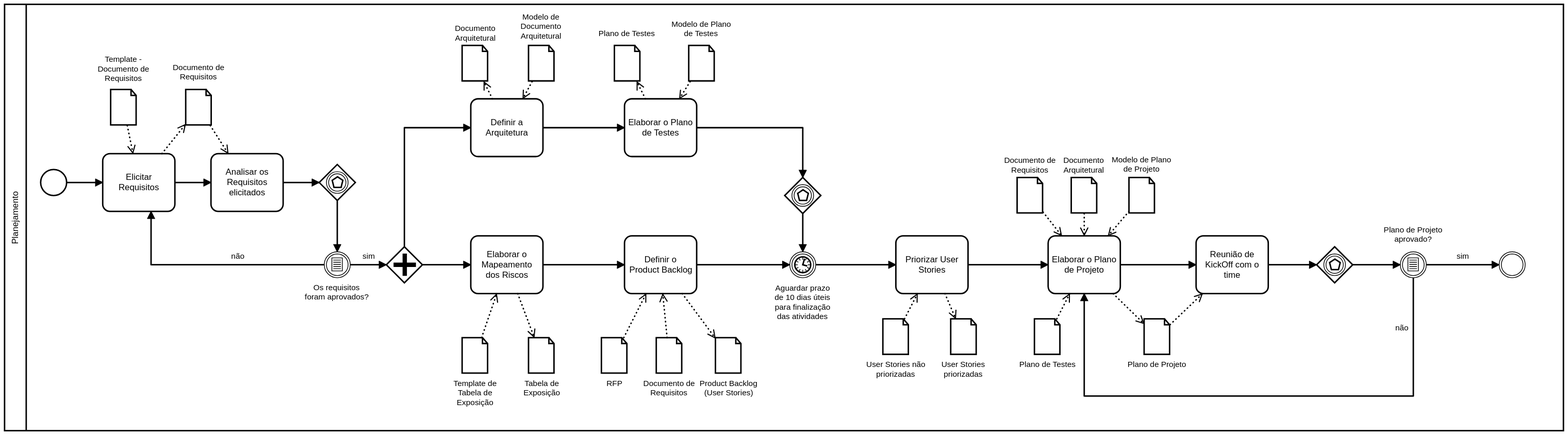
beatrizacbs/atlantida keeps this BPMN diagram as assets/images/planejamento.svg. Above is the earlier version. Its source is kept beside it as docs/processes/planejamento.bpmn. Ids are renumbered.
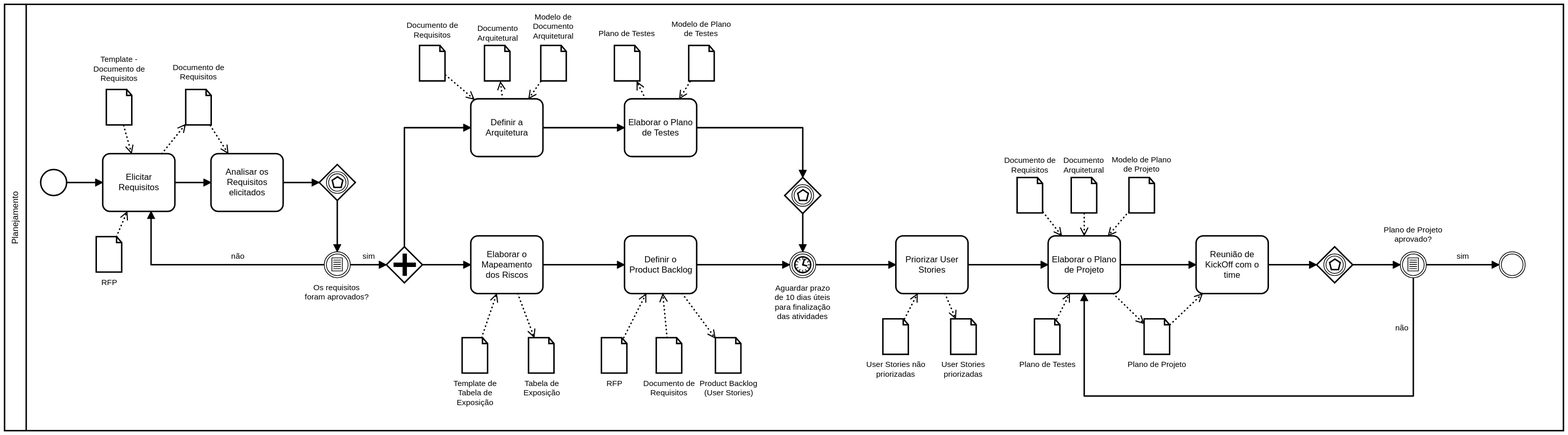
After the commit.

What changed in the source:
```diff
@@ -13,6 +13,10 @@
       <bpmn:property id="Property_n10" name="__targetRef_placeholder" />
       <bpmn:dataInputAssociation id="DataInputAssociation_n11">
         <bpmn:sourceRef>DataObjectReference_n12</bpmn:sourceRef>
+        <bpmn:targetRef>Property_n10</bpmn:targetRef>
+      </bpmn:dataInputAssociation>
+      <bpmn:dataInputAssociation id="DataInputAssociation_n108">
+        <bpmn:sourceRef>DataObjectReference_n109</bpmn:sourceRef>
         <bpmn:targetRef>Property_n10</bpmn:targetRef>
       </bpmn:dataInputAssociation>
       <bpmn:dataOutputAssociation id="DataOutputAssociation_n13">
@@ -48,6 +52,10 @@
         <bpmn:sourceRef>DataObjectReference_n28</bpmn:sourceRef>
         <bpmn:targetRef>Property_n26</bpmn:targetRef>
       </bpmn:dataInputAssociation>
+      <bpmn:dataInputAssociation id="DataInputAssociation_n110">
+        <bpmn:sourceRef>DataObjectReference_n111</bpmn:sourceRef>
+        <bpmn:targetRef>Property_n26</bpmn:targetRef>
+      </bpmn:dataInputAssociation>
       <bpmn:dataOutputAssociation id="DataOutputAssociation_n29">
         <bpmn:targetRef>DataObjectReference_n30</bpmn:targetRef>
       </bpmn:dataOutputAssociation>
@@ -68,14 +76,8 @@
     <bpmn:dataObject id="DataObject_n38" />
     <bpmn:dataObjectReference id="DataObjectReference_n37" name="Plano de Testes" dataObjectRef="DataObject_n39" />
     <bpmn:dataObject id="DataObject_n39" />
-    <bpmn:dataObjectReference id="DataObjectReference_n30" name="Documento Arquitetural" dataObjectRef="DataObject_n40" />
-    <bpmn:dataObject id="DataObject_n40" />
-    <bpmn:dataObjectReference id="DataObjectReference_n28" name="Modelo de Documento Arquitetural" dataObjectRef="DataObject_n41" />
-    <bpmn:dataObject id="DataObject_n41" />
     <bpmn:dataObjectReference id="DataObjectReference_n14" name="Documento de Requisitos" dataObjectRef="DataObject_n42" />
     <bpmn:dataObject id="DataObject_n42" />
-    <bpmn:dataObjectReference id="DataObjectReference_n12" name="Template -&#10;Documento de Requisitos" dataObjectRef="DataObject_n43" />
-    <bpmn:dataObject id="DataObject_n43" />
     <bpmn:parallelGateway id="ExclusiveGateway_n44">
       <bpmn:incoming>SequenceFlow_n22</bpmn:incoming>
       <bpmn:outgoing>SequenceFlow_n24</bpmn:outgoing>
@@ -224,6 +226,16 @@
     <bpmn:sequenceFlow id="SequenceFlow_n89" sourceRef="ExclusiveGateway_n88" targetRef="IntermediateCatchEvent_n90" />
     <bpmn:sequenceFlow id="SequenceFlow_n73" name="não" sourceRef="IntermediateCatchEvent_n90" targetRef="Task_n72" />
     <bpmn:sequenceFlow id="SequenceFlow_n91" name="sim" sourceRef="IntermediateCatchEvent_n90" targetRef="IntermediateThrowEvent_n107" />
+    <bpmn:dataObjectReference id="DataObjectReference_n12" name="Template -&#10;Documento de Requisitos" dataObjectRef="DataObject_n43" />
+    <bpmn:dataObject id="DataObject_n43" />
+    <bpmn:dataObjectReference id="DataObjectReference_n109" name="RFP" dataObjectRef="DataObject_n112" />
+    <bpmn:dataObject id="DataObject_n112" />
+    <bpmn:dataObjectReference id="DataObjectReference_n28" name="Modelo de Documento Arquitetural" dataObjectRef="DataObject_n41" />
+    <bpmn:dataObject id="DataObject_n41" />
+    <bpmn:dataObjectReference id="DataObjectReference_n111" name="Documento de Requisitos" dataObjectRef="DataObject_n113" />
+    <bpmn:dataObject id="DataObject_n113" />
+    <bpmn:dataObjectReference id="DataObjectReference_n30" name="Documento Arquitetural" dataObjectRef="DataObject_n40" />
+    <bpmn:dataObject id="DataObject_n40" />
   </bpmn:process>
   <bpmndi:BPMNDiagram id="BPMNDiagram_1">
     <bpmndi:BPMNPlane id="BPMNPlane_1" bpmnElement="Collaboration_n2">
@@ -288,15 +300,15 @@
         </bpmndi:BPMNLabel>
       </bpmndi:BPMNShape>
       <bpmndi:BPMNShape id="DataObjectReference_n30_di" bpmnElement="DataObjectReference_n30">
-        <dc:Bounds x="790" y="179" width="36" height="50" />
+        <dc:Bounds x="821" y="179" width="36" height="50" />
         <bpmndi:BPMNLabel>
-          <dc:Bounds x="780" y="149" width="57" height="27" />
+          <dc:Bounds x="811" y="149" width="57" height="27" />
         </bpmndi:BPMNLabel>
       </bpmndi:BPMNShape>
       <bpmndi:BPMNShape id="DataObjectReference_n28_di" bpmnElement="DataObjectReference_n28">
-        <dc:Bounds x="882" y="179" width="36" height="50" />
+        <dc:Bounds x="899" y="179" width="36" height="50" />
         <bpmndi:BPMNLabel>
-          <dc:Bounds x="871" y="133" width="57" height="40" />
+          <dc:Bounds x="888" y="133" width="57" height="40" />
         </bpmndi:BPMNLabel>
       </bpmndi:BPMNShape>
       <bpmndi:BPMNShape id="DataObjectReference_n79_di" bpmnElement="DataObjectReference_n79">
@@ -368,12 +380,12 @@
         <di:waypoint x="1141" y="585" />
       </bpmndi:BPMNEdge>
       <bpmndi:BPMNEdge id="DataInputAssociation_n27_di" bpmnElement="DataInputAssociation_n27">
-        <di:waypoint x="887" y="229" />
-        <di:waypoint x="874" y="253" />
+        <di:waypoint x="899" y="229" />
+        <di:waypoint x="882" y="253" />
       </bpmndi:BPMNEdge>
       <bpmndi:BPMNEdge id="DataOutputAssociation_n29_di" bpmnElement="DataOutputAssociation_n29">
-        <di:waypoint x="832" y="253" />
-        <di:waypoint x="820" y="229" />
+        <di:waypoint x="846" y="253" />
+        <di:waypoint x="843" y="229" />
       </bpmndi:BPMNEdge>
       <bpmndi:BPMNEdge id="DataInputAssociation_n34_di" bpmnElement="DataInputAssociation_n34">
         <di:waypoint x="1106" y="229" />
@@ -398,14 +410,14 @@
         <di:waypoint x="466" y="329" />
       </bpmndi:BPMNEdge>
       <bpmndi:BPMNShape id="DataObjectReference_n12_di" bpmnElement="DataObjectReference_n12">
-        <dc:Bounds x="303" y="240" width="36" height="50" />
+        <dc:Bounds x="297" y="240" width="36" height="50" />
         <bpmndi:BPMNLabel>
-          <dc:Bounds x="285" y="192" width="72" height="40" />
+          <dc:Bounds x="279" y="192" width="72" height="40" />
         </bpmndi:BPMNLabel>
       </bpmndi:BPMNShape>
       <bpmndi:BPMNEdge id="DataInputAssociation_n11_di" bpmnElement="DataInputAssociation_n11">
-        <di:waypoint x="326" y="290" />
-        <di:waypoint x="334" y="329" />
+        <di:waypoint x="321" y="290" />
+        <di:waypoint x="332" y="329" />
       </bpmndi:BPMNEdge>
       <bpmndi:BPMNShape id="DataObjectReference_n77_di" bpmnElement="DataObjectReference_n77">
         <dc:Bounds x="1559" y="362" width="36" height="50" />
@@ -578,6 +590,26 @@
           <dc:Bounds x="2168" y="465" width="17" height="14" />
         </bpmndi:BPMNLabel>
       </bpmndi:BPMNEdge>
+      <bpmndi:BPMNShape id="DataObjectReference_n109_di" bpmnElement="DataObjectReference_n109">
+        <dc:Bounds x="283" y="444" width="36" height="50" />
+        <bpmndi:BPMNLabel>
+          <dc:Bounds x="290" y="501" width="22" height="14" />
+        </bpmndi:BPMNLabel>
+      </bpmndi:BPMNShape>
+      <bpmndi:BPMNEdge id="DataInputAssociation_n108_di" bpmnElement="DataInputAssociation_n108">
+        <di:waypoint x="311" y="444" />
+        <di:waypoint x="326" y="409" />
+      </bpmndi:BPMNEdge>
+      <bpmndi:BPMNShape id="DataObjectReference_n111_di" bpmnElement="DataObjectReference_n111">
+        <dc:Bounds x="731" y="179" width="36" height="50" />
+        <bpmndi:BPMNLabel>
+          <dc:Bounds x="713" y="145" width="72" height="27" />
+        </bpmndi:BPMNLabel>
+      </bpmndi:BPMNShape>
+      <bpmndi:BPMNEdge id="DataInputAssociation_n110_di" bpmnElement="DataInputAssociation_n110">
+        <di:waypoint x="767" y="220" />
+        <di:waypoint x="807" y="254" />
+      </bpmndi:BPMNEdge>
     </bpmndi:BPMNPlane>
   </bpmndi:BPMNDiagram>
 </bpmn:definitions>
```
